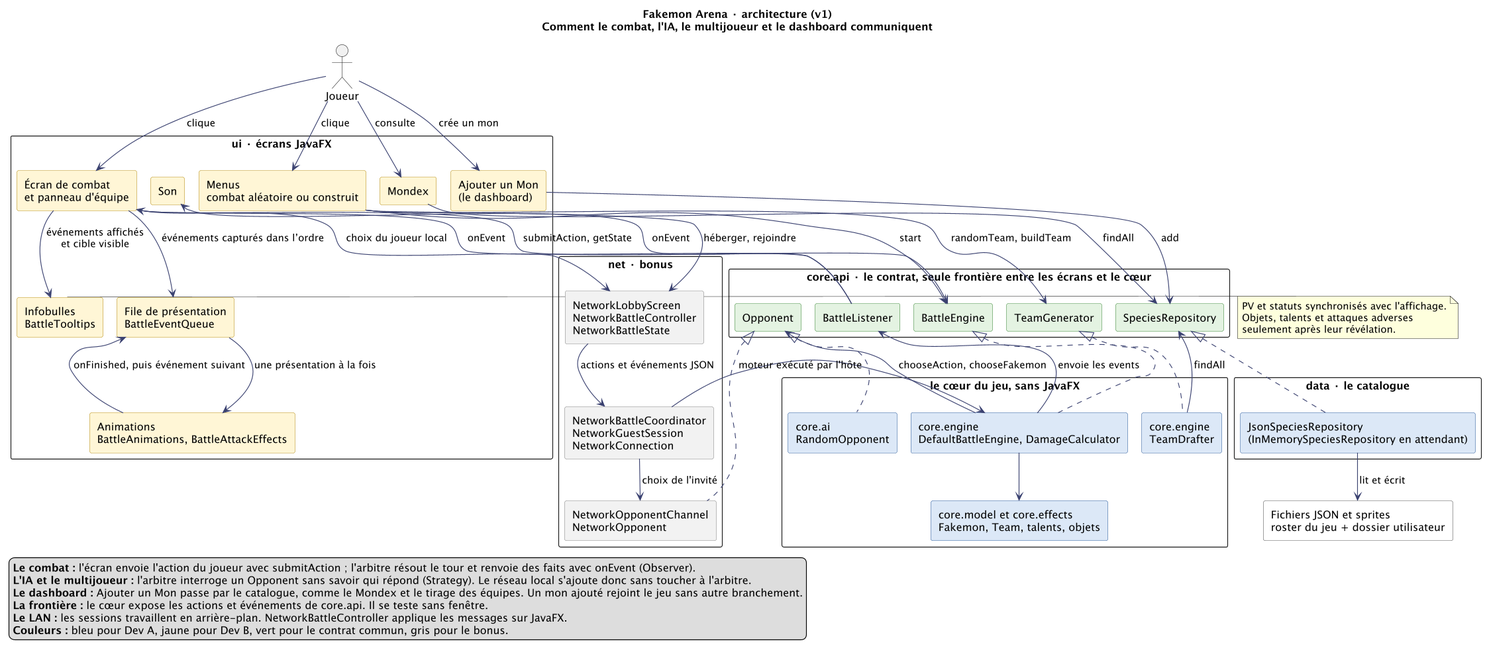
OnerAliCan/fakemon-arena keeps this PlantUML diagram as docs/uml/architecture.png. Above is the earlier version.
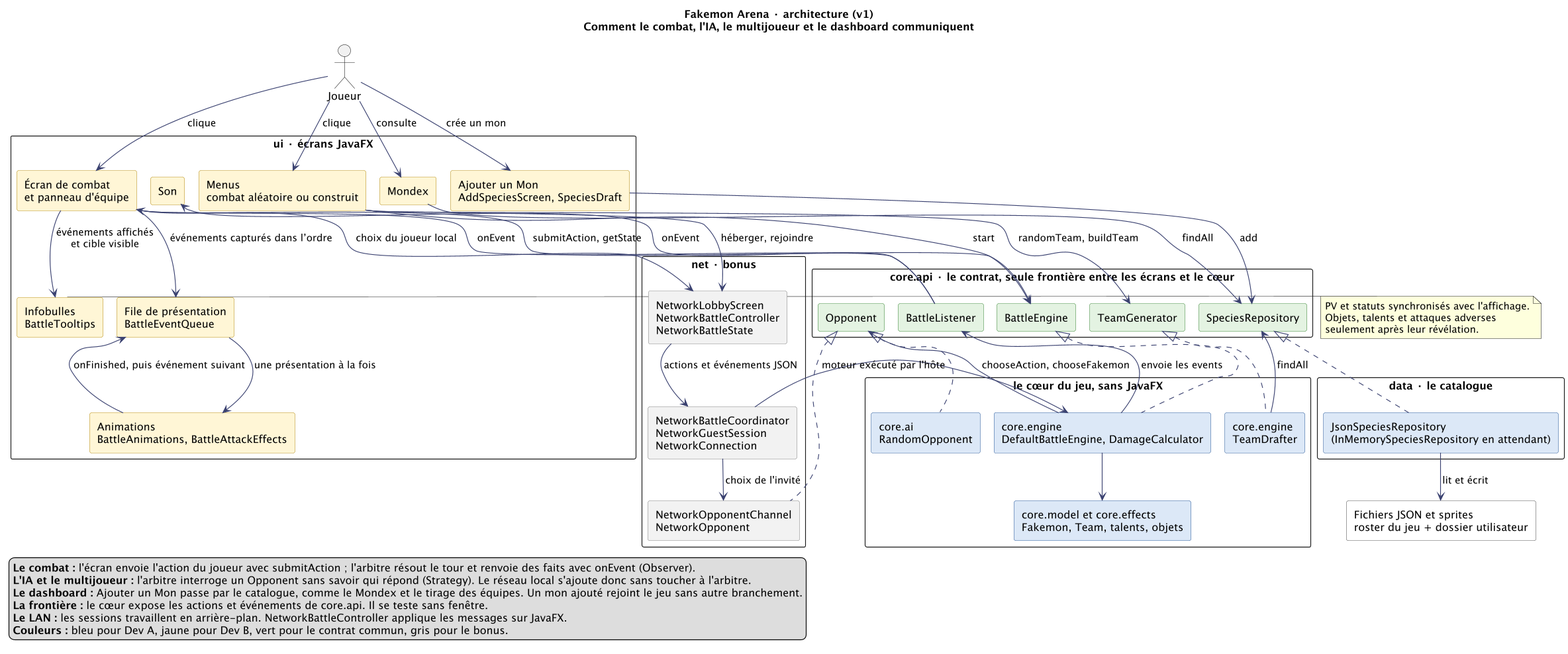
The same diagram one commit later.

The edit, as a diff of the source:
```diff
@@ -31,7 +31,7 @@
   rectangle "Animations\nBattleAnimations, BattleAttackEffects" as Anim <<devB>>
   rectangle "Son" as Son <<devB>>
   rectangle "Mondex" as Mondex <<devB>>
-  rectangle "Ajouter un Mon\n(le dashboard)" as Dashboard <<devB>>
+  rectangle "Ajouter un Mon\nAddSpeciesScreen, SpeciesDraft" as Dashboard <<devB>>
 }
 
 package "core.api · le contrat, seule frontière entre les écrans et le cœur" {
```
